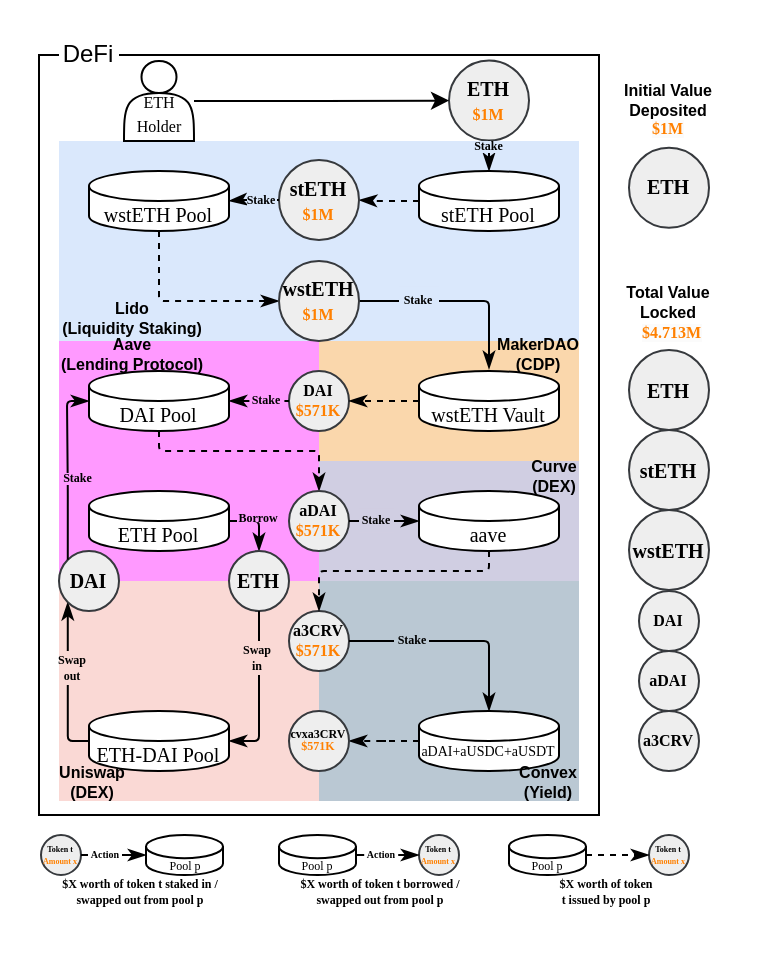
This is diagrams/complexity.drawio from lyc0603/tvl-measurement, a draw.io file, before an edit. Source tidied: cells renumbered, new cells numbered last; positions are measured from the earlier drawing's top-left corner, leaving out a move shared by most shapes. Both pictures are drawn from the tidied source at 200%, with x=0, y=0 at pixel (38, 34).
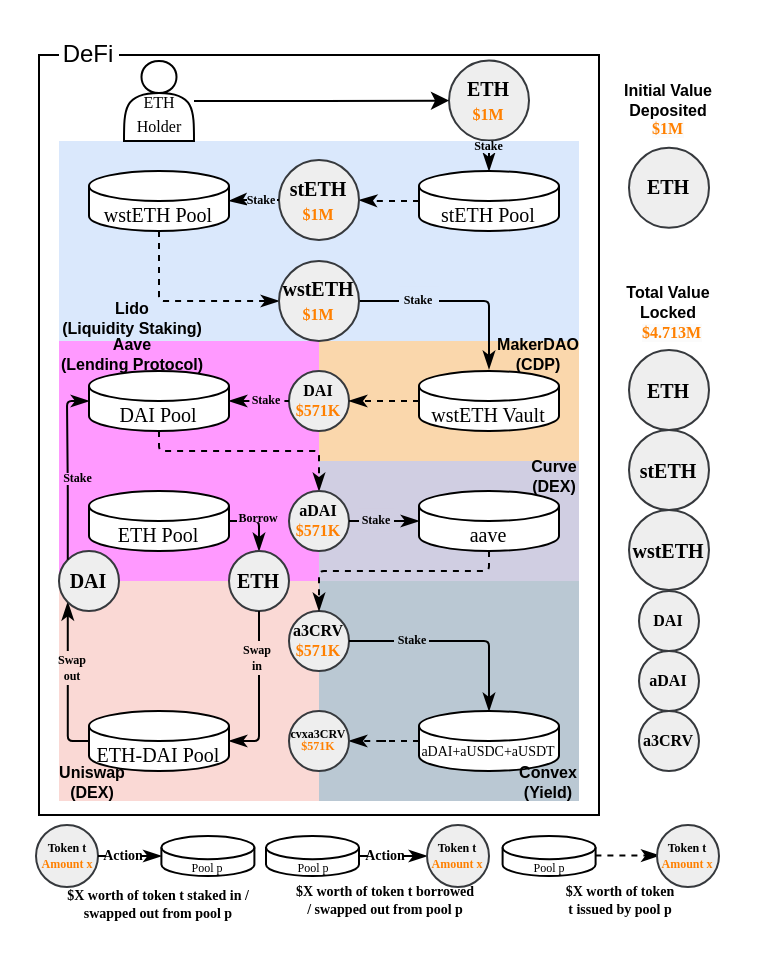
The same page after the edit.

Diff of the diagram source:
```diff
@@
-    <mxCell id="56" value="&lt;font style=&quot;font-size: 4px;&quot;&gt;&lt;b style=&quot;border-color: var(--border-color);&quot;&gt;Token t&lt;br style=&quot;border-color: var(--border-color);&quot;&gt;&lt;/b&gt;&lt;b style=&quot;border-color: var(--border-color);&quot;&gt;&lt;font style=&quot;border-color: var(--border-color); font-size: 4px;&quot; color=&quot;#ff8000&quot;&gt;Amount x&lt;/font&gt;&lt;/b&gt;&lt;/font&gt;&lt;b style=&quot;font-size: 5px;&quot;&gt;&lt;br style=&quot;font-size: 5px;&quot;&gt;&lt;/b&gt;" style="ellipse;whiteSpace=wrap;html=1;labelBackgroundColor=none;labelBorderColor=none;fillColor=#eeeeee;strokeColor=#36393d;fontSize=5;fontFamily=Times New Roman;rounded=0;perimeterSpacing=0;" parent="1" vertex="1">
-      <mxGeometry x="1" y="400" width="20" height="20" as="geometry" />
+    <mxCell id="56" value="&lt;font style=&quot;font-size: 6px;&quot;&gt;&lt;b style=&quot;border-color: var(--border-color);&quot;&gt;Token t&lt;br style=&quot;border-color: var(--border-color);&quot;&gt;&lt;/b&gt;&lt;b style=&quot;border-color: var(--border-color);&quot;&gt;&lt;font style=&quot;border-color: var(--border-color); font-size: 6px;&quot; color=&quot;#ff8000&quot;&gt;Amount x&lt;/font&gt;&lt;/b&gt;&lt;/font&gt;&lt;b style=&quot;font-size: 5px;&quot;&gt;&lt;br style=&quot;font-size: 5px;&quot;&gt;&lt;/b&gt;" style="ellipse;whiteSpace=wrap;html=1;labelBackgroundColor=none;labelBorderColor=none;fillColor=#eeeeee;strokeColor=#36393d;fontSize=5;fontFamily=Times New Roman;rounded=0;perimeterSpacing=0;" parent="1" vertex="1">
+      <mxGeometry x="-1.5" y="395" width="31" height="31" as="geometry" />
     </mxCell>
-    <mxCell id="57" value="&lt;p style=&quot;line-height: 100%;&quot;&gt;&lt;span style=&quot;font-size: 6px;&quot;&gt;Pool p&lt;/span&gt;&lt;/p&gt;" style="shape=cylinder3;whiteSpace=wrap;html=1;boundedLbl=1;backgroundOutline=1;size=5.7999999999999545;strokeWidth=1;fontFamily=Times New Roman;fontStyle=0;fontSize=10;rounded=0;" parent="1" vertex="1">
-      <mxGeometry x="53.5" y="400" width="38.5" height="20" as="geometry" />
+    <mxCell id="57" value="&lt;p style=&quot;line-height: 100%;&quot;&gt;&lt;font style=&quot;font-size: 6px;&quot;&gt;Pool p&lt;/font&gt;&lt;/p&gt;" style="shape=cylinder3;whiteSpace=wrap;html=1;boundedLbl=1;backgroundOutline=1;size=5.7999999999999545;strokeWidth=1;fontFamily=Times New Roman;fontStyle=0;fontSize=10;rounded=0;" parent="1" vertex="1">
+      <mxGeometry x="61.2" y="400.5" width="46.5" height="20" as="geometry" />
     </mxCell>
-    <mxCell id="58" value="$X worth of token t staked in / swapped out from pool p" style="text;html=1;strokeColor=none;fillColor=none;align=center;verticalAlign=middle;whiteSpace=wrap;rounded=0;fontFamily=Times New Roman;fontSize=6;fontStyle=1;" parent="1" vertex="1">
-      <mxGeometry x="10" y="422" width="82" height="13" as="geometry" />
+    <mxCell id="58" value="$X worth of token t staked in / swapped out from pool p" style="text;html=1;strokeColor=none;fillColor=none;align=center;verticalAlign=middle;whiteSpace=wrap;rounded=0;fontFamily=Times New Roman;fontSize=7;fontStyle=1;" parent="1" vertex="1">
+      <mxGeometry x="12.2" y="428" width="95.5" height="13" as="geometry" />
     </mxCell>
@@
-    <mxCell id="70" value="Action" style="text;html=1;strokeColor=none;fillColor=default;align=center;verticalAlign=middle;whiteSpace=wrap;rounded=0;fontFamily=Times New Roman;fontSize=5;fontStyle=1;" parent="1" vertex="1">
-      <mxGeometry x="24.5" y="406" width="17" height="8" as="geometry" />
+    <mxCell id="70" value="Action" style="text;html=1;strokeColor=none;fillColor=default;align=center;verticalAlign=middle;whiteSpace=wrap;rounded=0;fontFamily=Times New Roman;fontSize=7;fontStyle=1;" parent="1" vertex="1">
+      <mxGeometry x="33.5" y="406.5" width="17" height="8" as="geometry" />
     </mxCell>
-    <mxCell id="71" value="&lt;font style=&quot;font-size: 4px;&quot;&gt;&lt;b style=&quot;border-color: var(--border-color);&quot;&gt;Token t&lt;br style=&quot;border-color: var(--border-color);&quot;&gt;&lt;/b&gt;&lt;b style=&quot;border-color: var(--border-color);&quot;&gt;&lt;font style=&quot;border-color: var(--border-color); font-size: 4px;&quot; color=&quot;#ff8000&quot;&gt;Amount x&lt;/font&gt;&lt;/b&gt;&lt;/font&gt;&lt;b style=&quot;font-size: 5px;&quot;&gt;&lt;br style=&quot;font-size: 5px;&quot;&gt;&lt;/b&gt;" style="ellipse;whiteSpace=wrap;html=1;labelBackgroundColor=none;labelBorderColor=none;fillColor=#eeeeee;strokeColor=#36393d;fontSize=5;fontFamily=Times New Roman;rounded=0;perimeterSpacing=0;" parent="1" vertex="1">
-      <mxGeometry x="305" y="400" width="20" height="20" as="geometry" />
-    </mxCell>
-    <mxCell id="72" style="edgeStyle=orthogonalEdgeStyle;rounded=0;jettySize=auto;html=1;exitX=1;exitY=0.5;exitDx=0;exitDy=0;exitPerimeter=0;entryX=0;entryY=0.5;entryDx=0;entryDy=0;dashed=1;endArrow=classicThin;endFill=1;" parent="1" edge="1" source="73" target="71">
-      <mxGeometry relative="1" as="geometry" />
-    </mxCell>
-    <mxCell id="73" value="&lt;p style=&quot;line-height: 100%;&quot;&gt;&lt;span style=&quot;font-size: 6px;&quot;&gt;Pool p&lt;/span&gt;&lt;/p&gt;" style="shape=cylinder3;whiteSpace=wrap;html=1;boundedLbl=1;backgroundOutline=1;size=5.7999999999999545;strokeWidth=1;fontFamily=Times New Roman;fontStyle=0;fontSize=10;rounded=0;" parent="1" vertex="1">
-      <mxGeometry x="235" y="400" width="38.5" height="20" as="geometry" />
-    </mxCell>
-    <mxCell id="74" value="$X worth of token t&amp;nbsp;borrowed / swapped out from pool p" style="text;html=1;strokeColor=none;fillColor=none;align=center;verticalAlign=middle;whiteSpace=wrap;rounded=0;fontFamily=Times New Roman;fontSize=6;fontStyle=1;" parent="1" vertex="1">
-      <mxGeometry x="129.1" y="422" width="84" height="13" as="geometry" />
+    <mxCell id="74" value="$X worth of token t&amp;nbsp;borrowed / swapped out from pool p" style="text;html=1;strokeColor=none;fillColor=none;align=center;verticalAlign=middle;whiteSpace=wrap;rounded=0;fontFamily=Times New Roman;fontSize=7;fontStyle=1;" parent="1" vertex="1">
+      <mxGeometry x="126.8" y="426" width="93.2" height="13" as="geometry" />
     </mxCell>
-    <mxCell id="75" value="$X worth of token t&amp;nbsp;issued by pool p" style="text;html=1;strokeColor=none;fillColor=none;align=center;verticalAlign=middle;whiteSpace=wrap;rounded=0;fontFamily=Times New Roman;fontSize=6;fontStyle=1;" parent="1" vertex="1">
-      <mxGeometry x="250" y="422" width="68.2" height="13" as="geometry" />
+    <mxCell id="75" value="$X worth of token t&amp;nbsp;issued by pool p" style="text;html=1;strokeColor=none;fillColor=none;align=center;verticalAlign=middle;whiteSpace=wrap;rounded=0;fontFamily=Times New Roman;fontSize=7;fontStyle=1;" parent="1" vertex="1">
+      <mxGeometry x="256.8" y="426" width="68.2" height="13" as="geometry" />
     </mxCell>
-    <mxCell id="76" value="&lt;font style=&quot;font-size: 4px;&quot;&gt;&lt;b style=&quot;border-color: var(--border-color);&quot;&gt;Token t&lt;br style=&quot;border-color: var(--border-color);&quot;&gt;&lt;/b&gt;&lt;b style=&quot;border-color: var(--border-color);&quot;&gt;&lt;font style=&quot;border-color: var(--border-color); font-size: 4px;&quot; color=&quot;#ff8000&quot;&gt;Amount x&lt;/font&gt;&lt;/b&gt;&lt;/font&gt;&lt;b style=&quot;font-size: 5px;&quot;&gt;&lt;br style=&quot;font-size: 5px;&quot;&gt;&lt;/b&gt;" style="ellipse;whiteSpace=wrap;html=1;labelBackgroundColor=none;labelBorderColor=none;fillColor=#eeeeee;strokeColor=#36393d;fontSize=5;fontFamily=Times New Roman;rounded=0;perimeterSpacing=0;" parent="1" vertex="1">
-      <mxGeometry x="190" y="400" width="20" height="20" as="geometry" />
-    </mxCell>
-    <mxCell id="77" style="edgeStyle=orthogonalEdgeStyle;rounded=0;jettySize=auto;html=1;exitX=1;exitY=0.5;exitDx=0;exitDy=0;exitPerimeter=0;entryX=0;entryY=0.5;entryDx=0;entryDy=0;endArrow=classicThin;endFill=1;" parent="1" edge="1" source="78" target="76">
-      <mxGeometry relative="1" as="geometry" />
-    </mxCell>
-    <mxCell id="78" value="&lt;p style=&quot;line-height: 100%;&quot;&gt;&lt;span style=&quot;font-size: 6px;&quot;&gt;Pool p&lt;/span&gt;&lt;/p&gt;" style="shape=cylinder3;whiteSpace=wrap;html=1;boundedLbl=1;backgroundOutline=1;size=5.7999999999999545;strokeWidth=1;fontFamily=Times New Roman;fontStyle=0;fontSize=10;rounded=0;" parent="1" vertex="1">
-      <mxGeometry x="120" y="400" width="38.5" height="20" as="geometry" />
-    </mxCell>
-    <mxCell id="79" value="Action" style="text;html=1;strokeColor=none;fillColor=default;align=center;verticalAlign=middle;whiteSpace=wrap;rounded=0;fontFamily=Times New Roman;fontSize=5;fontStyle=1;" parent="1" vertex="1">
-      <mxGeometry x="162.6" y="406" width="17" height="8" as="geometry" />
-    </mxCell>
@@
+    <mxCell id="86" style="edgeStyle=orthogonalEdgeStyle;rounded=0;jettySize=auto;html=1;exitX=1;exitY=0.5;exitDx=0;exitDy=0;exitPerimeter=0;endArrow=classicThin;endFill=1;" parent="1" edge="1" source="87" target="88">
+      <mxGeometry relative="1" as="geometry" />
+    </mxCell>
+    <mxCell id="87" value="&lt;p style=&quot;line-height: 100%;&quot;&gt;&lt;font style=&quot;font-size: 6px;&quot;&gt;Pool p&lt;/font&gt;&lt;/p&gt;" style="shape=cylinder3;whiteSpace=wrap;html=1;boundedLbl=1;backgroundOutline=1;size=5.7999999999999545;strokeWidth=1;fontFamily=Times New Roman;fontStyle=0;fontSize=10;rounded=0;" parent="1" vertex="1">
+      <mxGeometry x="113.5" y="400.5" width="46.5" height="20" as="geometry" />
+    </mxCell>
+    <mxCell id="88" value="&lt;font style=&quot;font-size: 6px;&quot;&gt;&lt;b style=&quot;border-color: var(--border-color);&quot;&gt;Token t&lt;br style=&quot;border-color: var(--border-color);&quot;&gt;&lt;/b&gt;&lt;b style=&quot;border-color: var(--border-color);&quot;&gt;&lt;font style=&quot;border-color: var(--border-color); font-size: 6px;&quot; color=&quot;#ff8000&quot;&gt;Amount x&lt;/font&gt;&lt;/b&gt;&lt;/font&gt;&lt;b style=&quot;font-size: 5px;&quot;&gt;&lt;br style=&quot;font-size: 5px;&quot;&gt;&lt;/b&gt;" style="ellipse;whiteSpace=wrap;html=1;labelBackgroundColor=none;labelBorderColor=none;fillColor=#eeeeee;strokeColor=#36393d;fontSize=5;fontFamily=Times New Roman;rounded=0;perimeterSpacing=0;" parent="1" vertex="1">
+      <mxGeometry x="194" y="395" width="31" height="31" as="geometry" />
+    </mxCell>
+    <mxCell id="89" value="&lt;p style=&quot;line-height: 100%;&quot;&gt;&lt;font style=&quot;font-size: 6px;&quot;&gt;Pool p&lt;/font&gt;&lt;/p&gt;" style="shape=cylinder3;whiteSpace=wrap;html=1;boundedLbl=1;backgroundOutline=1;size=5.7999999999999545;strokeWidth=1;fontFamily=Times New Roman;fontStyle=0;fontSize=10;rounded=0;" parent="1" vertex="1">
+      <mxGeometry x="231.8" y="400.5" width="46.5" height="20" as="geometry" />
+    </mxCell>
+    <mxCell id="79" value="Action" style="text;html=1;strokeColor=none;fillColor=default;align=center;verticalAlign=middle;whiteSpace=wrap;rounded=0;fontFamily=Times New Roman;fontSize=7;fontStyle=1;" parent="1" vertex="1">
+      <mxGeometry x="164.5" y="406.5" width="17" height="8" as="geometry" />
+    </mxCell>
+    <mxCell id="90" style="edgeStyle=orthogonalEdgeStyle;rounded=0;orthogonalLoop=1;jettySize=auto;html=1;exitX=1;exitY=0.5;exitDx=0;exitDy=0;entryX=0;entryY=0.5;entryDx=0;entryDy=0;entryPerimeter=0;endArrow=classicThin;endFill=1;dashed=1;" parent="1" edge="1">
+      <mxGeometry relative="1" as="geometry">
+        <mxPoint x="278.2" y="410.3" as="sourcePoint" />
+        <mxPoint x="310.2" y="410.3" as="targetPoint" />
+      </mxGeometry>
+    </mxCell>
+    <mxCell id="91" value="&lt;font style=&quot;font-size: 6px;&quot;&gt;&lt;b style=&quot;border-color: var(--border-color);&quot;&gt;Token t&lt;br style=&quot;border-color: var(--border-color);&quot;&gt;&lt;/b&gt;&lt;b style=&quot;border-color: var(--border-color);&quot;&gt;&lt;font style=&quot;border-color: var(--border-color); font-size: 6px;&quot; color=&quot;#ff8000&quot;&gt;Amount x&lt;/font&gt;&lt;/b&gt;&lt;/font&gt;&lt;b style=&quot;font-size: 5px;&quot;&gt;&lt;br style=&quot;font-size: 5px;&quot;&gt;&lt;/b&gt;" style="ellipse;whiteSpace=wrap;html=1;labelBackgroundColor=none;labelBorderColor=none;fillColor=#eeeeee;strokeColor=#36393d;fontSize=5;fontFamily=Times New Roman;rounded=0;perimeterSpacing=0;" parent="1" vertex="1">
+      <mxGeometry x="309" y="395" width="31" height="31" as="geometry" />
+    </mxCell>
```
